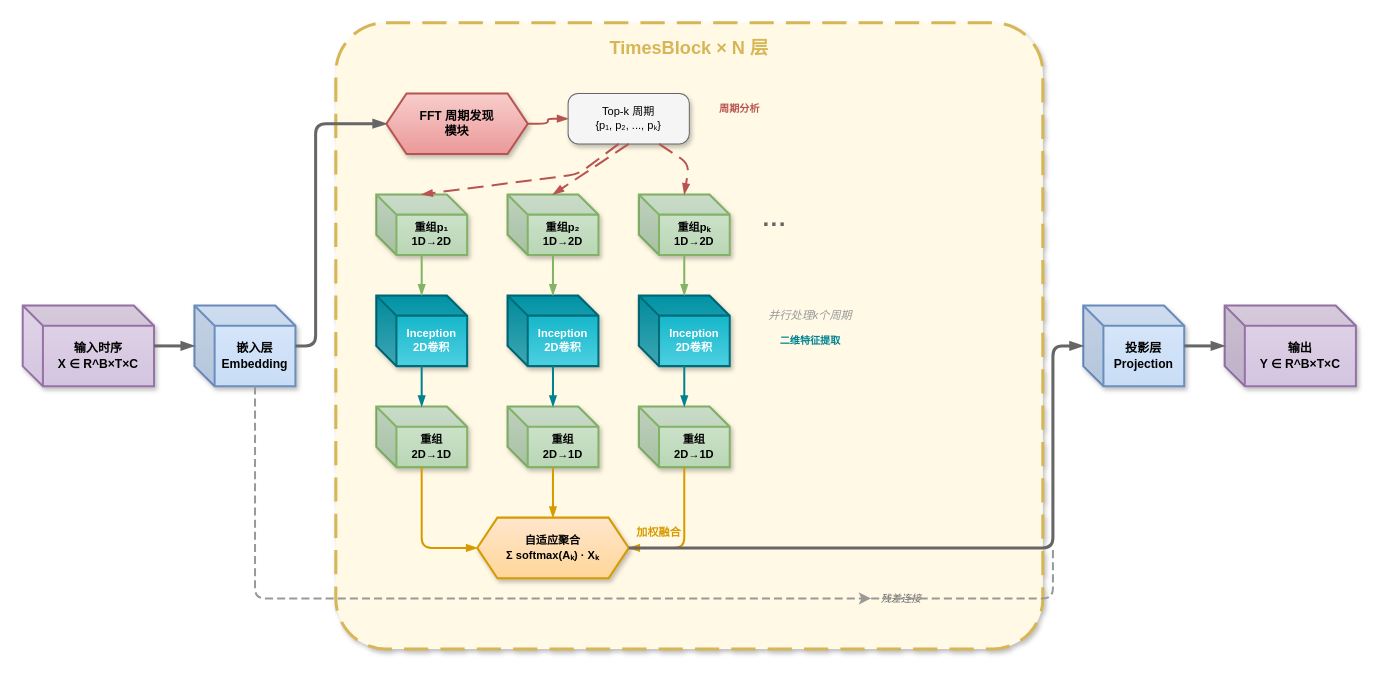
Above: code/figures/architecture/fig_timesnet_overview_v2.drawio in sheldon123z/Rural-Low-Voltage-Detection (draw.io), before the change. Source tidied: cells renumbered, new cells numbered last; positions are measured from the earlier drawing's top-left corner, leaving out a move shared by most shapes. Both pictures are drawn from the tidied source at 101%, with x=0, y=0 at pixel (22, 22).
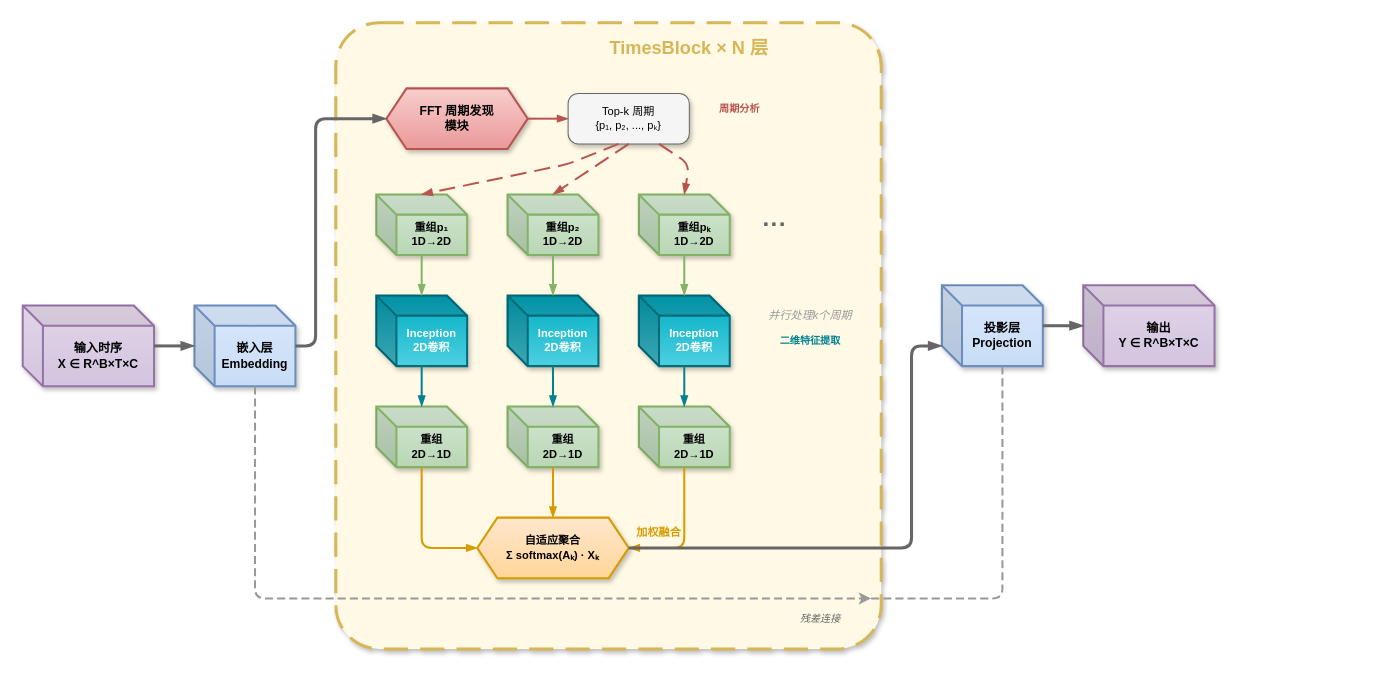
After the change.

The change refers to these unchanged cells:
```xml
<mxCell id="3" value="嵌入层&lt;br&gt;Embedding" style="shape=cube;whiteSpace=wrap;html=1;boundedLbl=1;backgroundOutline=1;darkOpacity=0.05;darkOpacity2=0.1;fillColor=#dae8fc;strokeColor=#6c8ebf;fontSize=12;fontStyle=1;shadow=1;gradientColor=#c8ddf5;strokeWidth=2;" parent="1" vertex="1">
  <mxGeometry x="170" y="280" width="100" height="80" as="geometry" />
</mxCell>
<mxCell id="18" value="自适应聚合&lt;br&gt;Σ softmax(Aₖ) · Xₖ" style="shape=hexagon;perimeter=hexagonPerimeter2;whiteSpace=wrap;html=1;fixedSize=1;fillColor=#ffe6cc;strokeColor=#d79b00;fontSize=11;fontStyle=1;shadow=1;gradientColor=#ffd699;strokeWidth=2;" parent="1" vertex="1">
  <mxGeometry x="450" y="490" width="150" height="60" as="geometry" />
</mxCell>
```

What changed in the source:
```diff
@@
     <mxCell id="4" style="rounded=1;whiteSpace=wrap;html=1;fillColor=#fff9e6;strokeColor=#d6b656;strokeWidth=3;dashed=1;dashPattern=8 4;shadow=1;arcSize=8;" parent="1" vertex="1">
-      <mxGeometry x="310" width="700" height="620" as="geometry" />
+      <mxGeometry x="310" width="540" height="620" as="geometry" />
     </mxCell>
@@
     <mxCell id="6" value="FFT 周期发现&lt;br&gt;模块" style="shape=hexagon;perimeter=hexagonPerimeter2;whiteSpace=wrap;html=1;fixedSize=1;fillColor=#f8cecc;strokeColor=#b85450;fontSize=12;fontStyle=1;shadow=1;gradientColor=#ea9999;strokeWidth=2;" parent="1" vertex="1">
-      <mxGeometry x="360" y="70" width="140" height="60" as="geometry" />
+      <mxGeometry x="360" y="65" width="140" height="60" as="geometry" />
     </mxCell>
@@
     <mxCell id="19" value="投影层&lt;br&gt;Projection" style="shape=cube;whiteSpace=wrap;html=1;boundedLbl=1;backgroundOutline=1;darkOpacity=0.05;darkOpacity2=0.1;fillColor=#dae8fc;strokeColor=#6c8ebf;fontSize=12;fontStyle=1;shadow=1;gradientColor=#c8ddf5;strokeWidth=2;" parent="1" vertex="1">
-      <mxGeometry x="1050" y="280" width="100" height="80" as="geometry" />
+      <mxGeometry x="910" y="260" width="100" height="80" as="geometry" />
     </mxCell>
     <mxCell id="20" value="输出&lt;br&gt;Y ∈ R^B×T×C" style="shape=cube;whiteSpace=wrap;html=1;boundedLbl=1;backgroundOutline=1;darkOpacity=0.05;darkOpacity2=0.1;fillColor=#e1d5e7;strokeColor=#9673a6;fontSize=12;fontStyle=1;shadow=1;gradientColor=#d4c4e0;strokeWidth=2;" parent="1" vertex="1">
-      <mxGeometry x="1190" y="280" width="130" height="80" as="geometry" />
+      <mxGeometry x="1050" y="260" width="130" height="80" as="geometry" />
     </mxCell>
@@
     <mxCell id="22" style="edgeStyle=orthogonalEdgeStyle;rounded=1;jettySize=auto;html=1;strokeWidth=3;strokeColor=#666666;endArrow=blockThin;endFill=1;" parent="1" edge="1" source="3" target="6">
       <mxGeometry relative="1" as="geometry">
         <Array as="points">
           <mxPoint x="290" y="320" />
-          <mxPoint x="290" y="100" />
+          <mxPoint x="290" y="95" />
         </Array>
       </mxGeometry>
     </mxCell>
@@
     <mxCell id="33" style="edgeStyle=orthogonalEdgeStyle;rounded=1;jettySize=auto;html=1;strokeWidth=3;strokeColor=#666666;endArrow=blockThin;endFill=1;" parent="1" edge="1" source="18" target="19">
       <mxGeometry relative="1" as="geometry">
         <Array as="points">
-          <mxPoint x="1020" y="520" />
-          <mxPoint x="1020" y="320" />
+          <mxPoint x="880" y="520" />
+          <mxPoint x="880" y="320" />
         </Array>
       </mxGeometry>
     </mxCell>
@@
     <mxCell id="35" style="endArrow=blockThin;html=1;rounded=1;strokeWidth=2;strokeColor=#b85450;dashed=1;dashPattern=8 4;endFill=1;" parent="1" edge="1">
       <mxGeometry relative="1" as="geometry">
         <mxPoint x="590" y="120" as="sourcePoint" />
         <mxPoint x="395" y="170" as="targetPoint" />
         <Array as="points">
-          <mxPoint x="550" y="150" />
+          <mxPoint x="540" y="140" />
         </Array>
       </mxGeometry>
     </mxCell>
@@
     <mxCell id="40" value="残差连接" style="text;html=1;strokeColor=none;fillColor=none;align=center;verticalAlign=middle;whiteSpace=wrap;rounded=0;fontSize=10;fontColor=#666666;fontStyle=2;" parent="1" vertex="1">
-      <mxGeometry x="840" y="560" width="60" height="20" as="geometry" />
+      <mxGeometry x="760" y="580" width="60" height="20" as="geometry" />
     </mxCell>
@@
-    <mxCell id="42" style="endArrow=none;html=1;rounded=1;strokeWidth=2;strokeColor=#999999;dashed=1;dashPattern=4 2;" parent="1" edge="1">
+    <mxCell id="42" style="endArrow=none;html=1;rounded=1;strokeWidth=2;strokeColor=#999999;dashed=1;dashPattern=4 2;entryX=0;entryY=0;entryDx=60;entryDy=80;entryPerimeter=0;" parent="1" edge="1" target="19">
       <mxGeometry relative="1" as="geometry">
         <mxPoint x="840" y="570" as="sourcePoint" />
-        <mxPoint x="1020" y="520" as="targetPoint" />
         <Array as="points">
           <mxPoint x="900" y="570" />
-          <mxPoint x="1020" y="570" />
+          <mxPoint x="970" y="570" />
         </Array>
       </mxGeometry>
     </mxCell>
```
